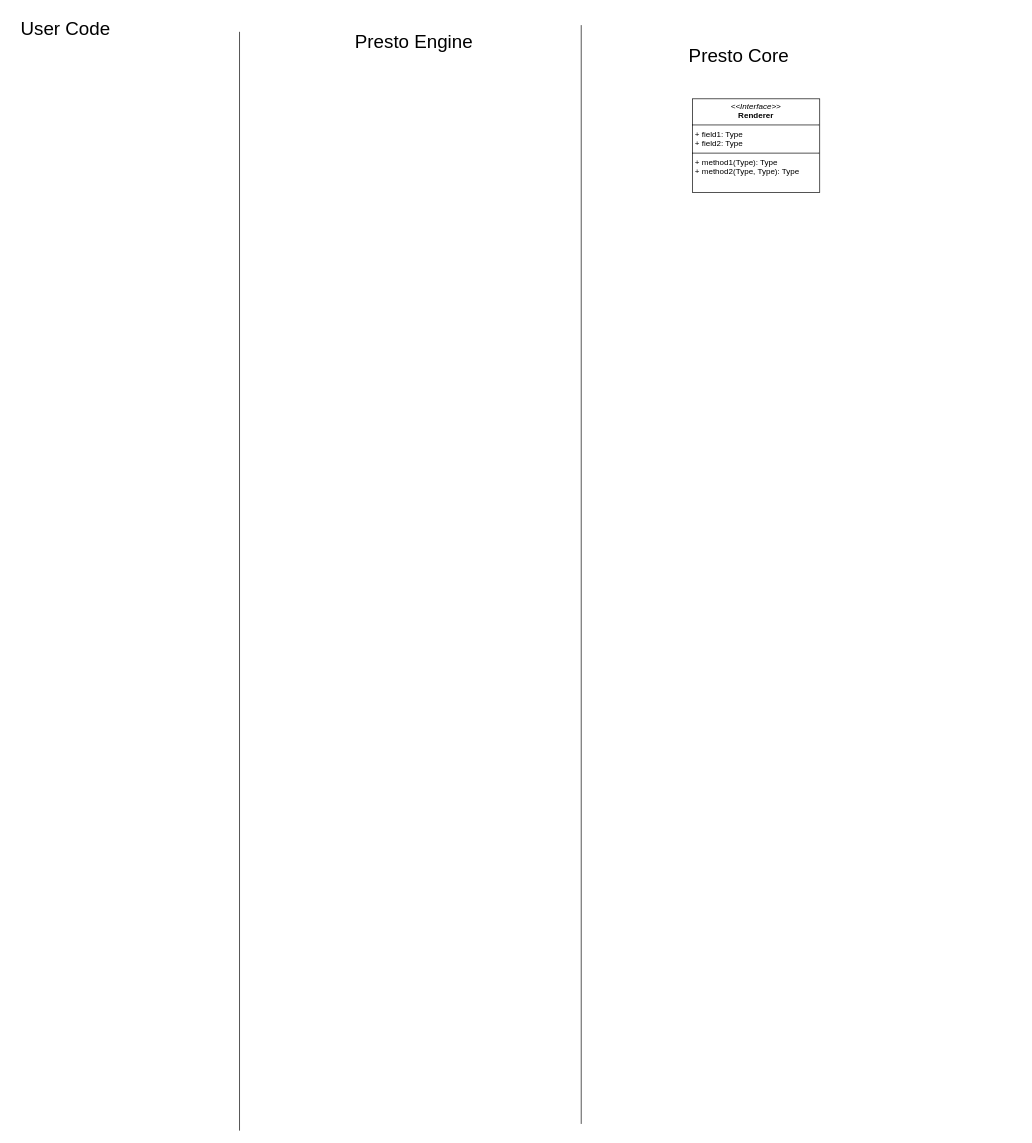
This is docs/New Architecture Diagram.drawio from luboise/Presto, a draw.io file, before an edit. Source tidied: cells renumbered, new cells numbered last; positions are measured from the earlier drawing's top-left corner, leaving out a move shared by most shapes. Both pictures are drawn from the tidied source at 67%, with x=0, y=0 at pixel (11, 11).
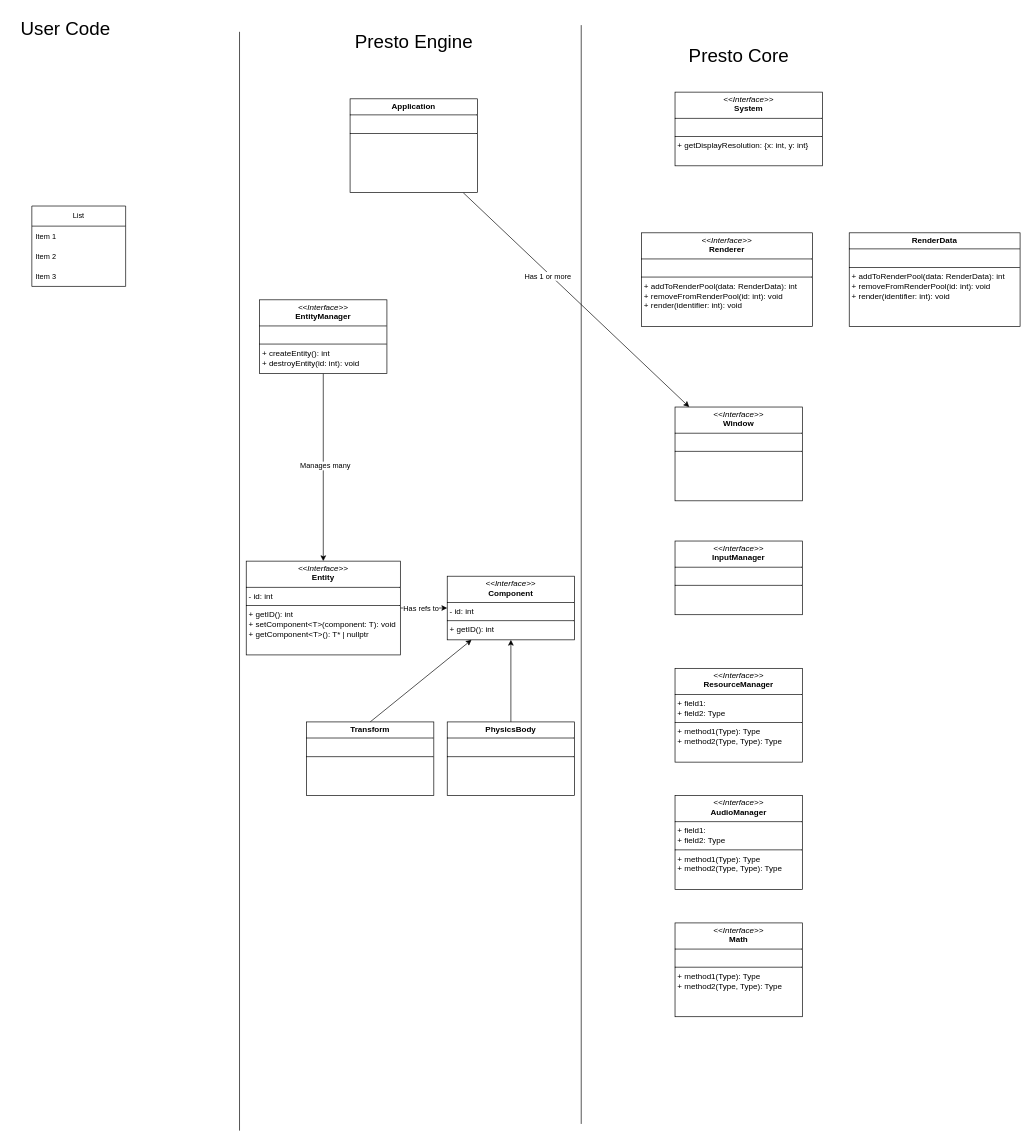
The same diagram, later.

Commit message (it also covers changes not shown here):
Moved resourcemanager into core

The edit, as a diff of the source:
```diff
@@
-    <mxCell id="4" value="&lt;p style=&quot;margin:0px;margin-top:4px;text-align:center;&quot;&gt;&lt;i&gt;&amp;lt;&amp;lt;Interface&amp;gt;&amp;gt;&lt;/i&gt;&lt;br&gt;&lt;b&gt;Renderer&lt;/b&gt;&lt;/p&gt;&lt;hr size=&quot;1&quot; style=&quot;border-style:solid;&quot;&gt;&lt;p style=&quot;margin:0px;margin-left:4px;&quot;&gt;+ field1: Type&lt;br&gt;+ field2: Type&lt;/p&gt;&lt;hr size=&quot;1&quot; style=&quot;border-style:solid;&quot;&gt;&lt;p style=&quot;margin:0px;margin-left:4px;&quot;&gt;+ method1(Type): Type&lt;br&gt;+ method2(Type, Type): Type&lt;/p&gt;" style="verticalAlign=top;align=left;overflow=fill;html=1;whiteSpace=wrap;" parent="1" vertex="1">
-      <mxGeometry x="1016" y="130" width="190" height="140" as="geometry" />
+    <mxCell id="4" value="&lt;p style=&quot;margin:0px;margin-top:4px;text-align:center;&quot;&gt;&lt;i&gt;&amp;lt;&amp;lt;Interface&amp;gt;&amp;gt;&lt;/i&gt;&lt;br&gt;&lt;b&gt;Renderer&lt;/b&gt;&lt;/p&gt;&lt;hr size=&quot;1&quot; style=&quot;border-style:solid;&quot;&gt;&lt;p style=&quot;margin:0px;margin-left:4px;&quot;&gt;&lt;br&gt;&lt;/p&gt;&lt;hr size=&quot;1&quot; style=&quot;border-style:solid;&quot;&gt;&lt;p style=&quot;margin:0px;margin-left:4px;&quot;&gt;+ addToRenderPool(data: RenderData): int&lt;br&gt;+ removeFromRenderPool(id: int): void&lt;/p&gt;&lt;p style=&quot;margin:0px;margin-left:4px;&quot;&gt;+ render(identifier: int): void&lt;/p&gt;" style="verticalAlign=top;align=left;overflow=fill;html=1;whiteSpace=wrap;" parent="1" vertex="1">
+      <mxGeometry x="940" y="330" width="255" height="140" as="geometry" />
     </mxCell>
@@
+    <mxCell id="8" value="&lt;p style=&quot;margin:0px;margin-top:4px;text-align:center;&quot;&gt;&lt;i&gt;&amp;lt;&amp;lt;Interface&amp;gt;&amp;gt;&lt;/i&gt;&lt;br&gt;&lt;b&gt;Window&lt;/b&gt;&lt;/p&gt;&lt;hr size=&quot;1&quot; style=&quot;border-style:solid;&quot;&gt;&lt;p style=&quot;margin:0px;margin-left:4px;&quot;&gt;&lt;br&gt;&lt;/p&gt;&lt;hr size=&quot;1&quot; style=&quot;border-style:solid;&quot;&gt;&lt;p style=&quot;margin:0px;margin-left:4px;&quot;&gt;&lt;br&gt;&lt;/p&gt;" style="verticalAlign=top;align=left;overflow=fill;html=1;whiteSpace=wrap;" parent="1" vertex="1">
+      <mxGeometry x="990" y="590" width="190" height="140" as="geometry" />
+    </mxCell>
+    <mxCell id="9" value="&lt;p style=&quot;margin:0px;margin-top:4px;text-align:center;&quot;&gt;&lt;i&gt;&amp;lt;&amp;lt;Interface&amp;gt;&amp;gt;&lt;/i&gt;&lt;br&gt;&lt;b&gt;InputManager&lt;/b&gt;&lt;/p&gt;&lt;hr size=&quot;1&quot; style=&quot;border-style:solid;&quot;&gt;&lt;p style=&quot;margin:0px;margin-left:4px;&quot;&gt;&lt;br&gt;&lt;/p&gt;&lt;hr size=&quot;1&quot; style=&quot;border-style:solid;&quot;&gt;&lt;p style=&quot;margin:0px;margin-left:4px;&quot;&gt;&lt;br&gt;&lt;/p&gt;" style="verticalAlign=top;align=left;overflow=fill;html=1;whiteSpace=wrap;" parent="1" vertex="1">
+      <mxGeometry x="990" y="790" width="190" height="110" as="geometry" />
+    </mxCell>
+    <mxCell id="10" value="&lt;p style=&quot;margin:0px;margin-top:4px;text-align:center;&quot;&gt;&lt;i&gt;&amp;lt;&amp;lt;Interface&amp;gt;&amp;gt;&lt;/i&gt;&lt;br&gt;&lt;b&gt;AudioManager&lt;/b&gt;&lt;/p&gt;&lt;hr size=&quot;1&quot; style=&quot;border-style:solid;&quot;&gt;&lt;p style=&quot;margin:0px;margin-left:4px;&quot;&gt;+ field1:&amp;nbsp;&lt;br&gt;+ field2: Type&lt;/p&gt;&lt;hr size=&quot;1&quot; style=&quot;border-style:solid;&quot;&gt;&lt;p style=&quot;margin:0px;margin-left:4px;&quot;&gt;+ method1(Type): Type&lt;br&gt;+ method2(Type, Type): Type&lt;/p&gt;" style="verticalAlign=top;align=left;overflow=fill;html=1;whiteSpace=wrap;" parent="1" vertex="1">
+      <mxGeometry x="990" y="1170" width="190" height="140" as="geometry" />
+    </mxCell>
+    <mxCell id="11" style="rounded=0;jettySize=auto;html=1;" parent="1" edge="1" source="13" target="8">
+      <mxGeometry relative="1" as="geometry" />
+    </mxCell>
+    <mxCell id="12" value="Has 1 or more" style="edgeLabel;html=1;align=center;verticalAlign=middle;fontFamily=Helvetica;fontSize=11;fontColor=default;labelBackgroundColor=default;" parent="11" vertex="1">
+      <mxGeometry x="-0.28" relative="1" as="geometry">
+        <mxPoint x="5" y="10" as="offset" />
+      </mxGeometry>
+    </mxCell>
+    <mxCell id="13" value="&lt;p style=&quot;margin:0px;margin-top:4px;text-align:center;&quot;&gt;&lt;b&gt;Application&lt;/b&gt;&lt;/p&gt;&lt;hr size=&quot;1&quot; style=&quot;border-style:solid;&quot;&gt;&lt;p style=&quot;margin:0px;margin-left:4px;&quot;&gt;&lt;br&gt;&lt;/p&gt;&lt;hr size=&quot;1&quot; style=&quot;border-style:solid;&quot;&gt;&lt;p style=&quot;margin:0px;margin-left:4px;&quot;&gt;&lt;br&gt;&lt;/p&gt;" style="verticalAlign=top;align=left;overflow=fill;html=1;whiteSpace=wrap;" parent="1" vertex="1">
+      <mxGeometry x="505" y="130" width="190" height="140" as="geometry" />
+    </mxCell>
+    <mxCell id="14" style="edgeStyle=none;shape=connector;rounded=0;jettySize=auto;html=1;strokeColor=default;align=center;verticalAlign=middle;fontFamily=Helvetica;fontSize=11;fontColor=default;labelBackgroundColor=default;endArrow=classic;" parent="1" edge="1" source="16" target="20">
+      <mxGeometry relative="1" as="geometry" />
+    </mxCell>
+    <mxCell id="15" value="Manages many" style="edgeLabel;html=1;align=center;verticalAlign=middle;fontFamily=Helvetica;fontSize=11;fontColor=default;labelBackgroundColor=default;" parent="14" vertex="1">
+      <mxGeometry x="-0.02" y="2" relative="1" as="geometry" />
+    </mxCell>
+    <mxCell id="16" value="&lt;p style=&quot;margin:0px;margin-top:4px;text-align:center;&quot;&gt;&lt;i&gt;&amp;lt;&amp;lt;Interface&amp;gt;&amp;gt;&lt;/i&gt;&lt;br&gt;&lt;b&gt;EntityManager&lt;/b&gt;&lt;/p&gt;&lt;hr size=&quot;1&quot; style=&quot;border-style:solid;&quot;&gt;&lt;p style=&quot;margin:0px;margin-left:4px;&quot;&gt;&lt;br&gt;&lt;/p&gt;&lt;hr size=&quot;1&quot; style=&quot;border-style:solid;&quot;&gt;&lt;p style=&quot;margin:0px;margin-left:4px;&quot;&gt;+ createEntity(): int&lt;/p&gt;&lt;p style=&quot;margin:0px;margin-left:4px;&quot;&gt;+ destroyEntity(id: int): void&lt;br&gt;&lt;/p&gt;" style="verticalAlign=top;align=left;overflow=fill;html=1;whiteSpace=wrap;" parent="1" vertex="1">
+      <mxGeometry x="370" y="430" width="190" height="110" as="geometry" />
+    </mxCell>
+    <mxCell id="17" value="&lt;p style=&quot;margin:0px;margin-top:4px;text-align:center;&quot;&gt;&lt;i&gt;&amp;lt;&amp;lt;Interface&amp;gt;&amp;gt;&lt;/i&gt;&lt;br&gt;&lt;b&gt;Component&lt;/b&gt;&lt;/p&gt;&lt;hr size=&quot;1&quot; style=&quot;border-style:solid;&quot;&gt;&lt;p style=&quot;margin:0px;margin-left:4px;&quot;&gt;- id: int&lt;/p&gt;&lt;hr size=&quot;1&quot; style=&quot;border-style:solid;&quot;&gt;&lt;p style=&quot;margin:0px;margin-left:4px;&quot;&gt;+ getID(): int&lt;/p&gt;" style="verticalAlign=top;align=left;overflow=fill;html=1;whiteSpace=wrap;" parent="1" vertex="1">
+      <mxGeometry x="650" y="842.5" width="190" height="95" as="geometry" />
+    </mxCell>
+    <mxCell id="18" style="edgeStyle=none;shape=connector;rounded=0;jettySize=auto;html=1;strokeColor=default;align=center;verticalAlign=middle;fontFamily=Helvetica;fontSize=11;fontColor=default;labelBackgroundColor=default;endArrow=classic;" parent="1" edge="1" source="20" target="17">
+      <mxGeometry relative="1" as="geometry" />
+    </mxCell>
+    <mxCell id="19" value="Has refs to" style="edgeLabel;html=1;align=center;verticalAlign=middle;fontFamily=Helvetica;fontSize=11;fontColor=default;labelBackgroundColor=default;" parent="18" vertex="1">
+      <mxGeometry x="0.05" y="-2" relative="1" as="geometry">
+        <mxPoint x="-7" y="-2" as="offset" />
+      </mxGeometry>
+    </mxCell>
+    <mxCell id="20" value="&lt;p style=&quot;margin:0px;margin-top:4px;text-align:center;&quot;&gt;&lt;i&gt;&amp;lt;&amp;lt;Interface&amp;gt;&amp;gt;&lt;/i&gt;&lt;br&gt;&lt;b&gt;Entity&lt;/b&gt;&lt;/p&gt;&lt;hr size=&quot;1&quot; style=&quot;border-style:solid;&quot;&gt;&lt;p style=&quot;margin:0px;margin-left:4px;&quot;&gt;- id: int&lt;/p&gt;&lt;hr size=&quot;1&quot; style=&quot;border-style:solid;&quot;&gt;&lt;p style=&quot;margin:0px;margin-left:4px;&quot;&gt;+ getID(): int&lt;/p&gt;&lt;p style=&quot;margin:0px;margin-left:4px;&quot;&gt;+ setComponent&amp;lt;T&amp;gt;(component: T): void&lt;/p&gt;&lt;p style=&quot;margin:0px;margin-left:4px;&quot;&gt;+ getComponent&amp;lt;T&amp;gt;(): T* | nullptr&lt;/p&gt;" style="verticalAlign=top;align=left;overflow=fill;html=1;whiteSpace=wrap;" parent="1" vertex="1">
+      <mxGeometry x="350" y="820" width="230" height="140" as="geometry" />
+    </mxCell>
+    <mxCell id="21" value="&lt;p style=&quot;margin:0px;margin-top:4px;text-align:center;&quot;&gt;&lt;i&gt;&amp;lt;&amp;lt;Interface&amp;gt;&amp;gt;&lt;/i&gt;&lt;br&gt;&lt;b&gt;ResourceManager&lt;/b&gt;&lt;/p&gt;&lt;hr size=&quot;1&quot; style=&quot;border-style:solid;&quot;&gt;&lt;p style=&quot;margin:0px;margin-left:4px;&quot;&gt;+ field1:&amp;nbsp;&lt;br&gt;+ field2: Type&lt;/p&gt;&lt;hr size=&quot;1&quot; style=&quot;border-style:solid;&quot;&gt;&lt;p style=&quot;margin:0px;margin-left:4px;&quot;&gt;+ method1(Type): Type&lt;br&gt;+ method2(Type, Type): Type&lt;/p&gt;" style="verticalAlign=top;align=left;overflow=fill;html=1;whiteSpace=wrap;" parent="1" vertex="1">
+      <mxGeometry x="990" y="980" width="190" height="140" as="geometry" />
+    </mxCell>
+    <mxCell id="22" value="&lt;p style=&quot;margin:0px;margin-top:4px;text-align:center;&quot;&gt;&lt;i&gt;&amp;lt;&amp;lt;Interface&amp;gt;&amp;gt;&lt;/i&gt;&lt;br&gt;&lt;b&gt;System&lt;/b&gt;&lt;/p&gt;&lt;hr size=&quot;1&quot; style=&quot;border-style:solid;&quot;&gt;&lt;p style=&quot;margin:0px;margin-left:4px;&quot;&gt;&lt;br&gt;&lt;/p&gt;&lt;hr size=&quot;1&quot; style=&quot;border-style:solid;&quot;&gt;&lt;p style=&quot;margin:0px;margin-left:4px;&quot;&gt;+ getDisplayResolution: {x: int, y: int}&lt;br&gt;&lt;/p&gt;" style="verticalAlign=top;align=left;overflow=fill;html=1;whiteSpace=wrap;" parent="1" vertex="1">
+      <mxGeometry x="990" y="120" width="220" height="110" as="geometry" />
+    </mxCell>
+    <mxCell id="23" value="&lt;p style=&quot;margin:0px;margin-top:4px;text-align:center;&quot;&gt;&lt;i&gt;&amp;lt;&amp;lt;Interface&amp;gt;&amp;gt;&lt;/i&gt;&lt;br&gt;&lt;b&gt;Math&lt;/b&gt;&lt;/p&gt;&lt;hr size=&quot;1&quot; style=&quot;border-style:solid;&quot;&gt;&lt;p style=&quot;margin:0px;margin-left:4px;&quot;&gt;&lt;br&gt;&lt;/p&gt;&lt;hr size=&quot;1&quot; style=&quot;border-style:solid;&quot;&gt;&lt;p style=&quot;margin:0px;margin-left:4px;&quot;&gt;+ method1(Type): Type&lt;br&gt;+ method2(Type, Type): Type&lt;/p&gt;" style="verticalAlign=top;align=left;overflow=fill;html=1;whiteSpace=wrap;" parent="1" vertex="1">
+      <mxGeometry x="990" y="1360" width="190" height="140" as="geometry" />
+    </mxCell>
+    <mxCell id="24" value="List" style="swimlane;fontStyle=0;horizontal=1;startSize=30;whiteSpace=wrap;html=1;fontFamily=Helvetica;fontSize=11;fontColor=default;labelBackgroundColor=default;" parent="1" vertex="1">
+      <mxGeometry x="30" y="290" width="140" height="120" as="geometry" />
+    </mxCell>
+    <mxCell id="25" value="Item 1" style="text;strokeColor=none;fillColor=none;align=left;verticalAlign=middle;spacingLeft=4;spacingRight=4;overflow=hidden;whiteSpace=wrap;html=1;fontFamily=Helvetica;fontSize=11;fontColor=default;labelBackgroundColor=default;" parent="24" vertex="1">
+      <mxGeometry y="30" width="140" height="30" as="geometry" />
+    </mxCell>
+    <mxCell id="26" value="Item 2" style="text;strokeColor=none;fillColor=none;align=left;verticalAlign=middle;spacingLeft=4;spacingRight=4;overflow=hidden;whiteSpace=wrap;html=1;fontFamily=Helvetica;fontSize=11;fontColor=default;labelBackgroundColor=default;" parent="24" vertex="1">
+      <mxGeometry y="60" width="140" height="30" as="geometry" />
+    </mxCell>
+    <mxCell id="27" value="Item 3" style="text;strokeColor=none;fillColor=none;align=left;verticalAlign=middle;spacingLeft=4;spacingRight=4;overflow=hidden;whiteSpace=wrap;html=1;fontFamily=Helvetica;fontSize=11;fontColor=default;labelBackgroundColor=default;" parent="24" vertex="1">
+      <mxGeometry y="90" width="140" height="30" as="geometry" />
+    </mxCell>
+    <mxCell id="28" style="edgeStyle=none;shape=connector;rounded=0;jettySize=auto;html=1;exitX=0.5;exitY=0;exitDx=0;exitDy=0;strokeColor=default;align=center;verticalAlign=middle;fontFamily=Helvetica;fontSize=11;fontColor=default;labelBackgroundColor=default;endArrow=classic;" parent="1" edge="1" source="29" target="17">
+      <mxGeometry relative="1" as="geometry" />
+    </mxCell>
+    <mxCell id="29" value="&lt;p style=&quot;margin:0px;margin-top:4px;text-align:center;&quot;&gt;&lt;b&gt;Transform&lt;/b&gt;&lt;/p&gt;&lt;hr size=&quot;1&quot; style=&quot;border-style:solid;&quot;&gt;&lt;p style=&quot;margin:0px;margin-left:4px;&quot;&gt;&lt;br&gt;&lt;/p&gt;&lt;hr size=&quot;1&quot; style=&quot;border-style:solid;&quot;&gt;&lt;p style=&quot;margin:0px;margin-left:4px;&quot;&gt;&lt;br&gt;&lt;/p&gt;" style="verticalAlign=top;align=left;overflow=fill;html=1;whiteSpace=wrap;" parent="1" vertex="1">
+      <mxGeometry x="440" y="1060" width="190" height="110" as="geometry" />
+    </mxCell>
+    <mxCell id="30" style="edgeStyle=none;shape=connector;rounded=0;jettySize=auto;html=1;strokeColor=default;align=center;verticalAlign=middle;fontFamily=Helvetica;fontSize=11;fontColor=default;labelBackgroundColor=default;endArrow=classic;" parent="1" edge="1" source="31" target="17">
+      <mxGeometry relative="1" as="geometry" />
+    </mxCell>
+    <mxCell id="31" value="&lt;p style=&quot;margin:0px;margin-top:4px;text-align:center;&quot;&gt;&lt;b&gt;PhysicsBody&lt;/b&gt;&lt;/p&gt;&lt;hr size=&quot;1&quot; style=&quot;border-style:solid;&quot;&gt;&lt;p style=&quot;margin:0px;margin-left:4px;&quot;&gt;&lt;br&gt;&lt;/p&gt;&lt;hr size=&quot;1&quot; style=&quot;border-style:solid;&quot;&gt;&lt;p style=&quot;margin:0px;margin-left:4px;&quot;&gt;&lt;br&gt;&lt;/p&gt;" style="verticalAlign=top;align=left;overflow=fill;html=1;whiteSpace=wrap;" parent="1" vertex="1">
+      <mxGeometry x="650" y="1060" width="190" height="110" as="geometry" />
+    </mxCell>
+    <mxCell id="32" value="&lt;p style=&quot;margin:0px;margin-top:4px;text-align:center;&quot;&gt;&lt;b&gt;RenderData&lt;/b&gt;&lt;/p&gt;&lt;hr size=&quot;1&quot; style=&quot;border-style:solid;&quot;&gt;&lt;p style=&quot;margin:0px;margin-left:4px;&quot;&gt;&lt;br&gt;&lt;/p&gt;&lt;hr size=&quot;1&quot; style=&quot;border-style:solid;&quot;&gt;&lt;p style=&quot;margin:0px;margin-left:4px;&quot;&gt;+ addToRenderPool(data: RenderData): int&lt;br&gt;+ removeFromRenderPool(id: int): void&lt;/p&gt;&lt;p style=&quot;margin:0px;margin-left:4px;&quot;&gt;+ render(identifier: int): void&lt;/p&gt;" style="verticalAlign=top;align=left;overflow=fill;html=1;whiteSpace=wrap;" parent="1" vertex="1">
+      <mxGeometry x="1250" y="330" width="255" height="140" as="geometry" />
+    </mxCell>
```
